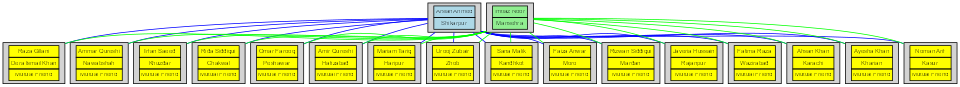
Earlier version of the Graphviz export assets/graph.png (Fasih0956/Social-Networking-App-). Its source is kept beside it as assets/graph.dot.
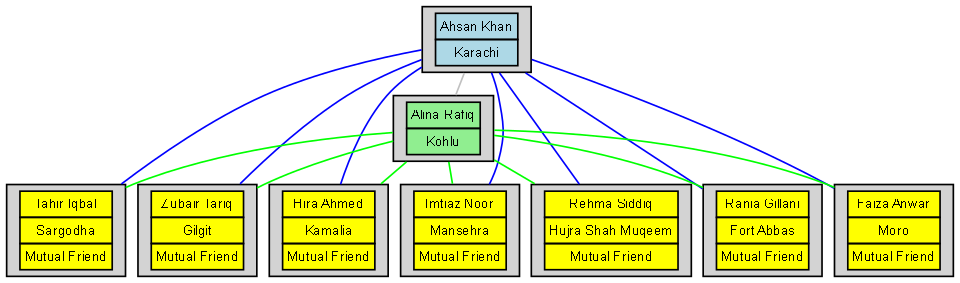
The same diagram one commit later.

What changed in the source:
```diff
@@ -4,55 +4,29 @@
     ranksep=0.2;
     node [shape=box, style=filled, fontname="Arial", fontsize=8];
 
-    "User_33" [label=<<TABLE BORDER="0" CELLBORDER="1" CELLSPACING="0" CELLPADDING="2" BGCOLOR="lightblue"><TR><TD>Arslan Ahmed</TD></TR><TR><TD>Shikarpur</TD></TR></TABLE>>];
-    "User_47" [label=<<TABLE BORDER="0" CELLBORDER="1" CELLSPACING="0" CELLPADDING="2" BGCOLOR="lightgreen"><TR><TD>Imtiaz Noor</TD></TR><TR><TD>Mansehra</TD></TR></TABLE>>];
-    "User_15" [label=<<TABLE BORDER="0" CELLBORDER="1" CELLSPACING="0" CELLPADDING="2" BGCOLOR="yellow"><TR><TD>Rizwan Siddiqui</TD></TR><TR><TD>Mardan</TD></TR><TR><TD>Mutual Friend</TD></TR></TABLE>>];
-    "User_89" [label=<<TABLE BORDER="0" CELLBORDER="1" CELLSPACING="0" CELLPADDING="2" BGCOLOR="yellow"><TR><TD>Javeria Hussain</TD></TR><TR><TD>Rajanpur</TD></TR><TR><TD>Mutual Friend</TD></TR></TABLE>>];
-    "User_51" [label=<<TABLE BORDER="0" CELLBORDER="1" CELLSPACING="0" CELLPADDING="2" BGCOLOR="yellow"><TR><TD>Fatima Raza</TD></TR><TR><TD>Wazirabad</TD></TR><TR><TD>Mutual Friend</TD></TR></TABLE>>];
-    "User_1" [label=<<TABLE BORDER="0" CELLBORDER="1" CELLSPACING="0" CELLPADDING="2" BGCOLOR="yellow"><TR><TD>Ahsan Khan</TD></TR><TR><TD>Karachi</TD></TR><TR><TD>Mutual Friend</TD></TR></TABLE>>];
-    "User_50" [label=<<TABLE BORDER="0" CELLBORDER="1" CELLSPACING="0" CELLPADDING="2" BGCOLOR="yellow"><TR><TD>Ayesha Khan</TD></TR><TR><TD>Kharian</TD></TR><TR><TD>Mutual Friend</TD></TR></TABLE>>];
-    "User_20" [label=<<TABLE BORDER="0" CELLBORDER="1" CELLSPACING="0" CELLPADDING="2" BGCOLOR="yellow"><TR><TD>Noman Arif</TD></TR><TR><TD>Kasur</TD></TR><TR><TD>Mutual Friend</TD></TR></TABLE>>];
-    "User_36" [label=<<TABLE BORDER="0" CELLBORDER="1" CELLSPACING="0" CELLPADDING="2" BGCOLOR="yellow"><TR><TD>Raza Gillani</TD></TR><TR><TD>Dera Ismail Khan</TD></TR><TR><TD>Mutual Friend</TD></TR></TABLE>>];
-    "User_23" [label=<<TABLE BORDER="0" CELLBORDER="1" CELLSPACING="0" CELLPADDING="2" BGCOLOR="yellow"><TR><TD>Ammar Qureshi</TD></TR><TR><TD>Nawabshah</TD></TR><TR><TD>Mutual Friend</TD></TR></TABLE>>];
-    "User_41" [label=<<TABLE BORDER="0" CELLBORDER="1" CELLSPACING="0" CELLPADDING="2" BGCOLOR="yellow"><TR><TD>Irfan Saeed</TD></TR><TR><TD>Khuzdar</TD></TR><TR><TD>Mutual Friend</TD></TR></TABLE>>];
-    "User_64" [label=<<TABLE BORDER="0" CELLBORDER="1" CELLSPACING="0" CELLPADDING="2" BGCOLOR="yellow"><TR><TD>Rida Siddiqui</TD></TR><TR><TD>Chakwal</TD></TR><TR><TD>Mutual Friend</TD></TR></TABLE>>];
-    "User_11" [label=<<TABLE BORDER="0" CELLBORDER="1" CELLSPACING="0" CELLPADDING="2" BGCOLOR="yellow"><TR><TD>Omar Farooq</TD></TR><TR><TD>Peshawar</TD></TR><TR><TD>Mutual Friend</TD></TR></TABLE>>];
-    "User_49" [label=<<TABLE BORDER="0" CELLBORDER="1" CELLSPACING="0" CELLPADDING="2" BGCOLOR="yellow"><TR><TD>Amir Qureshi</TD></TR><TR><TD>Hafizabad</TD></TR><TR><TD>Mutual Friend</TD></TR></TABLE>>];
-    "User_54" [label=<<TABLE BORDER="0" CELLBORDER="1" CELLSPACING="0" CELLPADDING="2" BGCOLOR="yellow"><TR><TD>Mariam Tariq</TD></TR><TR><TD>Haripur</TD></TR><TR><TD>Mutual Friend</TD></TR></TABLE>>];
-    "User_77" [label=<<TABLE BORDER="0" CELLBORDER="1" CELLSPACING="0" CELLPADDING="2" BGCOLOR="yellow"><TR><TD>Urooj Zubair</TD></TR><TR><TD>Zhob</TD></TR><TR><TD>Mutual Friend</TD></TR></TABLE>>];
-    "User_52" [label=<<TABLE BORDER="0" CELLBORDER="1" CELLSPACING="0" CELLPADDING="2" BGCOLOR="yellow"><TR><TD>Sana Malik</TD></TR><TR><TD>Kandhkot</TD></TR><TR><TD>Mutual Friend</TD></TR></TABLE>>];
+    "User_1" [label=<<TABLE BORDER="0" CELLBORDER="1" CELLSPACING="0" CELLPADDING="2" BGCOLOR="lightblue"><TR><TD>Ahsan Khan</TD></TR><TR><TD>Karachi</TD></TR></TABLE>>];
+    "User_76" [label=<<TABLE BORDER="0" CELLBORDER="1" CELLSPACING="0" CELLPADDING="2" BGCOLOR="lightgreen"><TR><TD>Alina Rafiq</TD></TR><TR><TD>Kohlu</TD></TR></TABLE>>];
+    "User_13" [label=<<TABLE BORDER="0" CELLBORDER="1" CELLSPACING="0" CELLPADDING="2" BGCOLOR="yellow"><TR><TD>Tahir Iqbal</TD></TR><TR><TD>Sargodha</TD></TR><TR><TD>Mutual Friend</TD></TR></TABLE>>];
+    "User_43" [label=<<TABLE BORDER="0" CELLBORDER="1" CELLSPACING="0" CELLPADDING="2" BGCOLOR="yellow"><TR><TD>Zubair Tariq</TD></TR><TR><TD>Gilgit</TD></TR><TR><TD>Mutual Friend</TD></TR></TABLE>>];
+    "User_53" [label=<<TABLE BORDER="0" CELLBORDER="1" CELLSPACING="0" CELLPADDING="2" BGCOLOR="yellow"><TR><TD>Hira Ahmed</TD></TR><TR><TD>Kamalia</TD></TR><TR><TD>Mutual Friend</TD></TR></TABLE>>];
+    "User_47" [label=<<TABLE BORDER="0" CELLBORDER="1" CELLSPACING="0" CELLPADDING="2" BGCOLOR="yellow"><TR><TD>Imtiaz Noor</TD></TR><TR><TD>Mansehra</TD></TR><TR><TD>Mutual Friend</TD></TR></TABLE>>];
+    "User_86" [label=<<TABLE BORDER="0" CELLBORDER="1" CELLSPACING="0" CELLPADDING="2" BGCOLOR="yellow"><TR><TD>Rehma Siddiq</TD></TR><TR><TD>Hujra Shah Muqeem</TD></TR><TR><TD>Mutual Friend</TD></TR></TABLE>>];
+    "User_87" [label=<<TABLE BORDER="0" CELLBORDER="1" CELLSPACING="0" CELLPADDING="2" BGCOLOR="yellow"><TR><TD>Rania Gillani</TD></TR><TR><TD>Fort Abbas</TD></TR><TR><TD>Mutual Friend</TD></TR></TABLE>>];
     "User_95" [label=<<TABLE BORDER="0" CELLBORDER="1" CELLSPACING="0" CELLPADDING="2" BGCOLOR="yellow"><TR><TD>Faiza Anwar</TD></TR><TR><TD>Moro</TD></TR><TR><TD>Mutual Friend</TD></TR></TABLE>>];
 
-    "User_33" -- "User_1" [color=blue];
-    "User_33" -- "User_49" [color=blue];
-    "User_33" -- "User_77" [color=blue];
-    "User_33" -- "User_15" [color=blue];
-    "User_33" -- "User_64" [color=blue];
-    "User_33" -- "User_11" [color=blue];
-    "User_33" -- "User_95" [color=blue];
-    "User_33" -- "User_50" [color=blue];
-    "User_33" -- "User_36" [color=blue];
-    "User_33" -- "User_20" [color=blue];
-    "User_33" -- "User_52" [color=blue];
-    "User_33" -- "User_23" [color=blue];
-    "User_33" -- "User_89" [color=blue];
-    "User_33" -- "User_51" [color=blue];
-    "User_33" -- "User_41" [color=blue];
-    "User_33" -- "User_54" [color=blue];
-    "User_47" -- "User_15" [color=green];
-    "User_47" -- "User_89" [color=green];
-    "User_47" -- "User_51" [color=green];
-    "User_47" -- "User_1" [color=green];
-    "User_47" -- "User_50" [color=green];
-    "User_47" -- "User_20" [color=green];
-    "User_47" -- "User_36" [color=green];
-    "User_47" -- "User_23" [color=green];
-    "User_47" -- "User_41" [color=green];
-    "User_47" -- "User_64" [color=green];
-    "User_47" -- "User_11" [color=green];
-    "User_47" -- "User_49" [color=green];
-    "User_47" -- "User_54" [color=green];
-    "User_47" -- "User_77" [color=green];
-    "User_47" -- "User_52" [color=green];
-    "User_47" -- "User_95" [color=green];
+    "User_1" -- "User_86" [color=blue];
+    "User_1" -- "User_76" [color=gray];
+    "User_1" -- "User_43" [color=blue];
+    "User_1" -- "User_13" [color=blue];
+    "User_1" -- "User_47" [color=blue];
+    "User_1" -- "User_53" [color=blue];
+    "User_1" -- "User_87" [color=blue];
+    "User_1" -- "User_95" [color=blue];
+    "User_76" -- "User_13" [color=green];
+    "User_76" -- "User_43" [color=green];
+    "User_76" -- "User_53" [color=green];
+    "User_76" -- "User_47" [color=green];
+    "User_76" -- "User_86" [color=green];
+    "User_76" -- "User_87" [color=green];
+    "User_76" -- "User_95" [color=green];
 }
```
